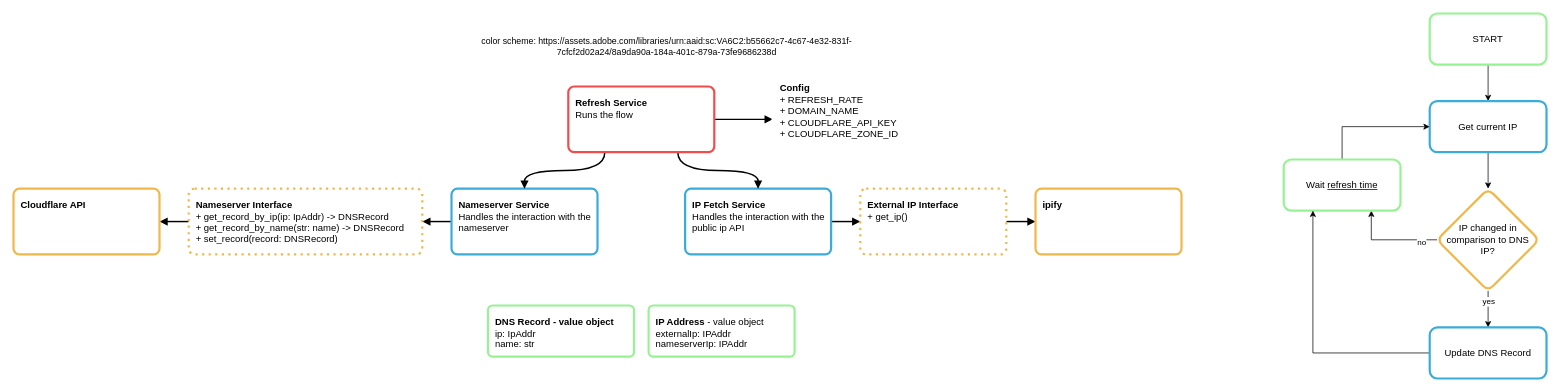
Before: page "Detailed" (2 of 3) of docs/LipaDNSv2 Architecture.drawio in anthonyafgx/LipaDNSv2, a draw.io diagram. Source tidied: cells renumbered, new cells numbered last; positions are measured from the earlier drawing's top-left corner, leaving out a move shared by most shapes. Both pictures are drawn from the tidied source at 73%, with x=0, y=0 at pixel (13, 13).
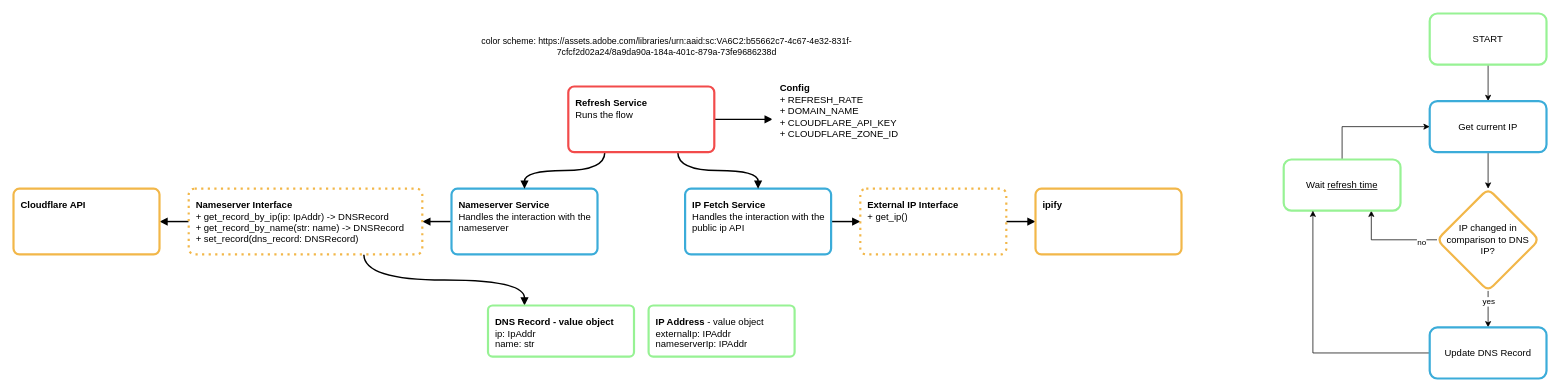
The same page after the edit.

The change refers to these unchanged cells:
```xml
<mxCell id="32" value="&lt;b&gt;DNS Record - value object&lt;/b&gt;&lt;div&gt;ip: IpAddr&lt;/div&gt;&lt;div&gt;name: str&lt;/div&gt;" style="rounded=1;whiteSpace=wrap;html=1;strokeColor=#97F294;strokeWidth=3;fontFamily=Gravita HUM;fontSize=13;spacing=10;align=left;verticalAlign=top;fontColor=default;fillColor=default;arcSize=9;" parent="1" vertex="1">
  <mxGeometry x="650" y="400" width="200" height="70" as="geometry" />
</mxCell>
```

Diff of the diagram source:
```diff
@@
+    <mxCell id="33" style="edgeStyle=orthogonalEdgeStyle;rounded=0;jettySize=auto;html=1;exitX=0.75;exitY=1;exitDx=0;exitDy=0;entryX=0.25;entryY=0;entryDx=0;entryDy=0;strokeColor=default;strokeWidth=2;align=center;verticalAlign=middle;fontFamily=Helvetica;fontSize=11;fontColor=default;labelBackgroundColor=default;startSize=6;endArrow=block;endFill=1;endSize=6;curved=1;" parent="1" edge="1" source="21" target="32">
+      <mxGeometry relative="1" as="geometry" />
+    </mxCell>
-    <mxCell id="21" value="&lt;b&gt;Nameserver Interface&lt;/b&gt;&lt;div&gt;+ get_record_by_ip(ip: IpAddr) -&amp;gt; DNSRecord&lt;/div&gt;&lt;div&gt;+ get_record_by_name(str: name) -&amp;gt; DNSRecord&lt;/div&gt;&lt;div&gt;+ set_record(record: DNSRecord)&lt;/div&gt;" style="rounded=1;whiteSpace=wrap;html=1;strokeColor=#F2B749;strokeWidth=3;fontFamily=Gravita HUM;fontSize=13;spacing=10;align=left;verticalAlign=top;fontColor=default;fillColor=default;arcSize=9;dashed=1;dashPattern=1 2;" parent="1" vertex="1">
+    <mxCell id="21" value="&lt;b&gt;Nameserver Interface&lt;/b&gt;&lt;div&gt;+ get_record_by_ip(ip: IpAddr) -&amp;gt; DNSRecord&lt;/div&gt;&lt;div&gt;+ get_record_by_name(str: name) -&amp;gt; DNSRecord&lt;/div&gt;&lt;div&gt;+ set_record(dns_record: DNSRecord)&lt;/div&gt;" style="rounded=1;whiteSpace=wrap;html=1;strokeColor=#F2B749;strokeWidth=3;fontFamily=Gravita HUM;fontSize=13;spacing=10;align=left;verticalAlign=top;fontColor=default;fillColor=default;arcSize=9;dashed=1;dashPattern=1 2;" parent="1" vertex="1">
       <mxGeometry x="240" y="240" width="320" height="90" as="geometry" />
     </mxCell>
```
